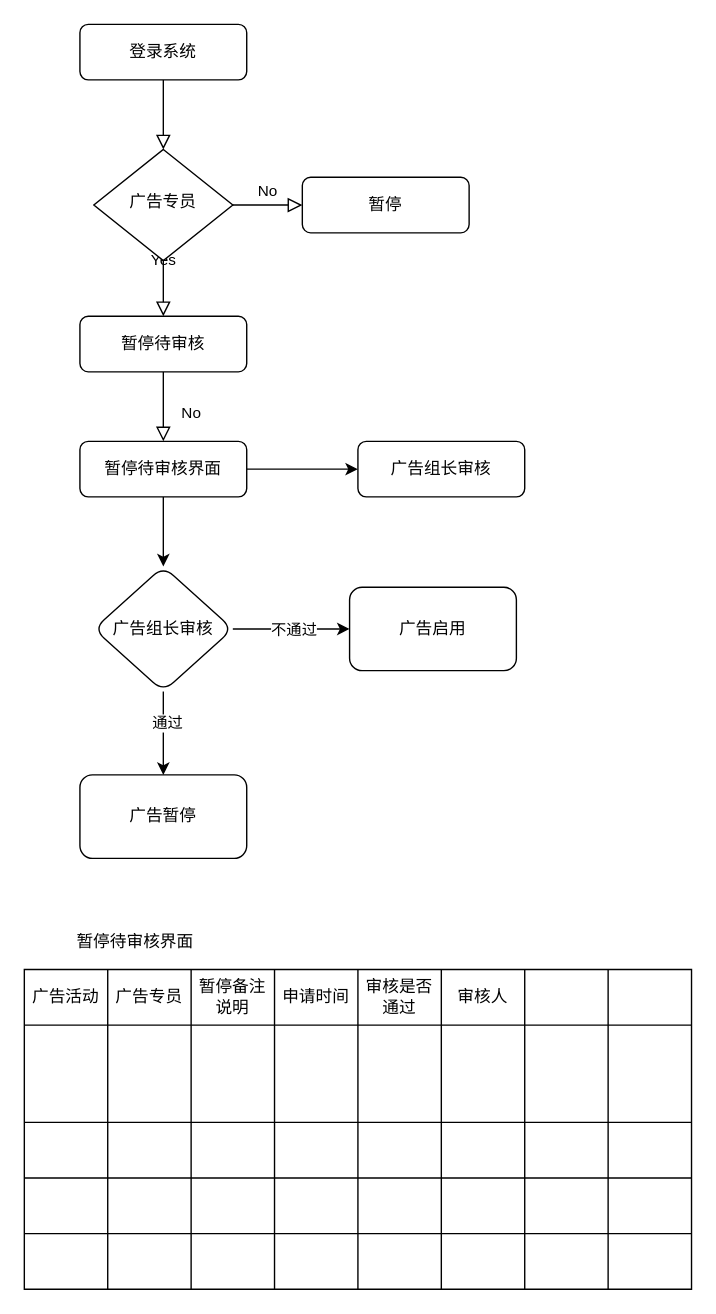
This is 暂停待审核流程.drawio from andychang88/books.com, a draw.io file, before an edit. Source tidied: cells renumbered, new cells numbered last; positions are measured from the earlier drawing's top-left corner, leaving out a move shared by most shapes. Both pictures are drawn from the tidied source at 139%, with x=0, y=0 at pixel (24, 24).
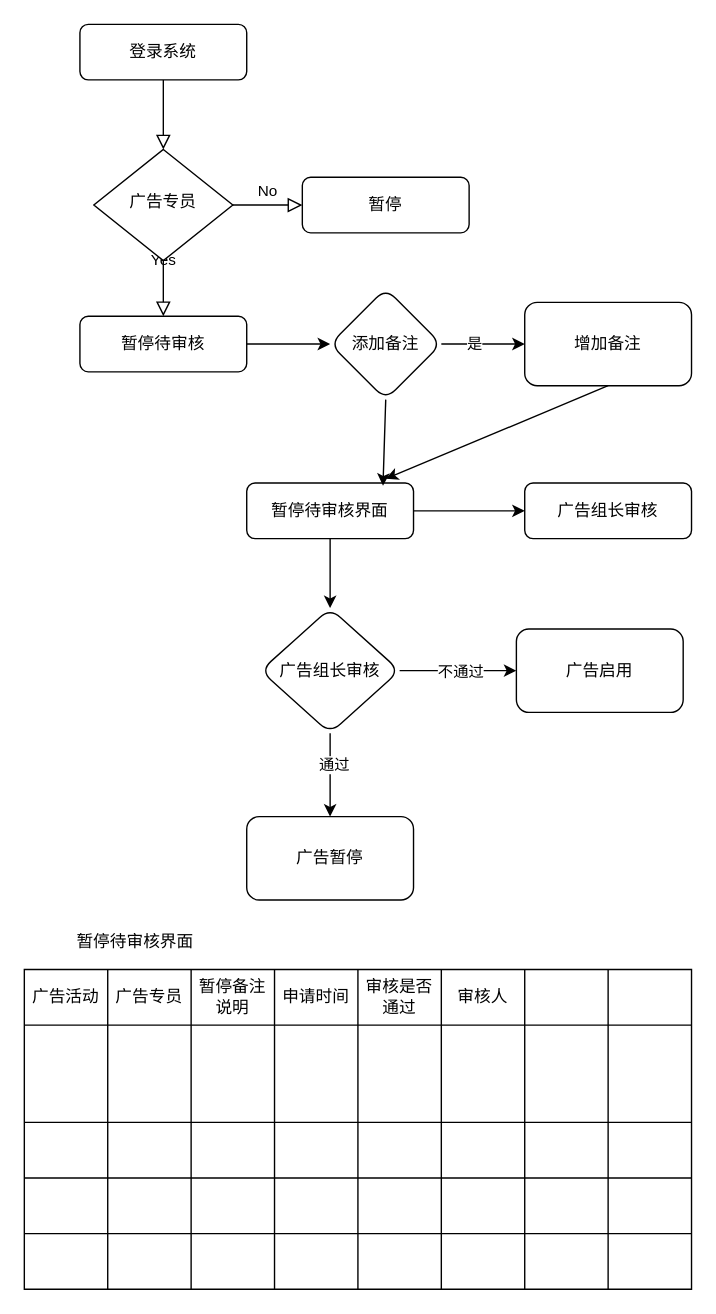
Above is the later version.

Commit message:
Update 暂停待审核流程.drawio

The change refers to these unchanged cells:
```xml
<mxCell id="12" value="暂停待审核" style="rounded=1;whiteSpace=wrap;html=1;fontSize=12;glass=0;strokeWidth=1;shadow=0;" parent="1" vertex="1">
  <mxGeometry x="40" y="210" width="120" height="40" as="geometry" />
</mxCell>
```

Diff of the diagram source:
```diff
@@
-    <mxCell id="8" value="No" style="rounded=0;html=1;jettySize=auto;fontSize=11;endArrow=block;endFill=0;endSize=8;strokeWidth=1;shadow=0;labelBackgroundColor=none;edgeStyle=orthogonalEdgeStyle;exitX=0.5;exitY=1;exitDx=0;exitDy=0;fontStyle=0;" parent="1" edge="1" source="12" target="11">
-      <mxGeometry x="0.2" y="20" relative="1" as="geometry">
-        <Array as="points">
-          <mxPoint x="100" y="280" />
-          <mxPoint x="100" y="280" />
-        </Array>
-      </mxGeometry>
-    </mxCell>
@@
     <mxCell id="11" value="暂停待审核界面" style="rounded=1;whiteSpace=wrap;html=1;fontSize=12;glass=0;strokeWidth=1;shadow=0;" parent="1" vertex="1">
-      <mxGeometry x="40" y="300" width="120" height="40" as="geometry" />
+      <mxGeometry x="160" y="330" width="120" height="40" as="geometry" />
     </mxCell>
+    <mxCell id="68" style="edgeStyle=orthogonalEdgeStyle;rounded=0;jettySize=auto;html=1;" parent="1" edge="1" source="12" target="71">
+      <mxGeometry relative="1" as="geometry" />
+    </mxCell>
@@
     <mxCell id="13" value="广告组长审核" style="rounded=1;whiteSpace=wrap;html=1;fontSize=12;glass=0;strokeWidth=1;shadow=0;" parent="1" vertex="1">
-      <mxGeometry x="240" y="300" width="120" height="40" as="geometry" />
+      <mxGeometry x="360" y="330" width="120" height="40" as="geometry" />
     </mxCell>
@@
     <mxCell id="16" value="广告组长审核" style="rhombus;whiteSpace=wrap;html=1;rounded=1;shadow=0;strokeWidth=1;glass=0;" parent="1" vertex="1">
-      <mxGeometry x="50" y="390" width="100" height="90" as="geometry" />
+      <mxGeometry x="170" y="420" width="100" height="90" as="geometry" />
     </mxCell>
     <mxCell id="17" value="广告启用" style="whiteSpace=wrap;html=1;rounded=1;shadow=0;strokeWidth=1;glass=0;" parent="1" vertex="1">
-      <mxGeometry x="234" y="405" width="120" height="60" as="geometry" />
+      <mxGeometry x="354" y="435" width="120" height="60" as="geometry" />
     </mxCell>
     <mxCell id="18" style="edgeStyle=orthogonalEdgeStyle;rounded=0;jettySize=auto;html=1;" parent="1" edge="1" source="16" target="17">
       <mxGeometry relative="1" as="geometry">
         <Array as="points">
-          <mxPoint x="190" y="435" />
-          <mxPoint x="190" y="435" />
+          <mxPoint x="310" y="465" />
+          <mxPoint x="310" y="465" />
         </Array>
       </mxGeometry>
     </mxCell>
@@
     <mxCell id="20" value="广告暂停" style="whiteSpace=wrap;html=1;rounded=1;shadow=0;strokeWidth=1;glass=0;" parent="1" vertex="1">
-      <mxGeometry x="40" y="540" width="120" height="60" as="geometry" />
+      <mxGeometry x="160" y="570" width="120" height="60" as="geometry" />
     </mxCell>
@@
+    <mxCell id="69" style="edgeStyle=orthogonalEdgeStyle;rounded=0;jettySize=auto;html=1;" parent="1" edge="1" source="71" target="72">
+      <mxGeometry relative="1" as="geometry" />
+    </mxCell>
+    <mxCell id="70" value="是" style="edgeLabel;html=1;align=center;verticalAlign=middle;" parent="69" vertex="1">
+      <mxGeometry x="-0.22" y="1" relative="1" as="geometry" />
+    </mxCell>
+    <mxCell id="71" value="添加备注" style="rhombus;whiteSpace=wrap;html=1;rounded=1;shadow=0;strokeWidth=1;glass=0;" parent="1" vertex="1">
+      <mxGeometry x="220" y="190" width="80" height="80" as="geometry" />
+    </mxCell>
+    <mxCell id="72" value="增加备注" style="whiteSpace=wrap;html=1;rounded=1;shadow=0;strokeWidth=1;glass=0;" parent="1" vertex="1">
+      <mxGeometry x="360" y="200" width="120" height="60" as="geometry" />
+    </mxCell>
+    <mxCell id="73" style="endArrow=classic;html=1;exitX=0.5;exitY=1;exitDx=0;exitDy=0;entryX=0.817;entryY=0.05;entryDx=0;entryDy=0;entryPerimeter=0;" parent="1" edge="1" source="71" target="11">
+      <mxGeometry relative="1" as="geometry" />
+    </mxCell>
+    <mxCell id="74" style="endArrow=classic;html=1;exitX=0.5;exitY=1;exitDx=0;exitDy=0;" parent="1" edge="1" source="72">
+      <mxGeometry relative="1" as="geometry">
+        <mxPoint x="260" y="327" as="targetPoint" />
+      </mxGeometry>
+    </mxCell>
```
